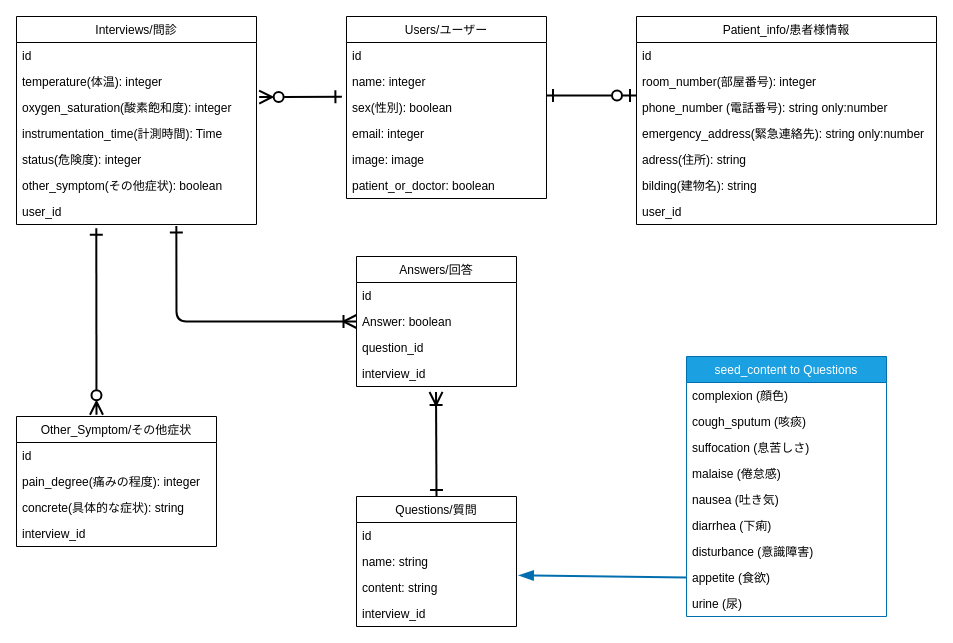
This is README参考資料/er図.drawio from wakametarou/COVID-MGR, a draw.io file, before an edit. Source tidied: cells renumbered, new cells numbered last; positions are measured from the earlier drawing's top-left corner, leaving out a move shared by most shapes. Both pictures are drawn from the tidied source at 100%, with x=0, y=0 at pixel (16, 16).
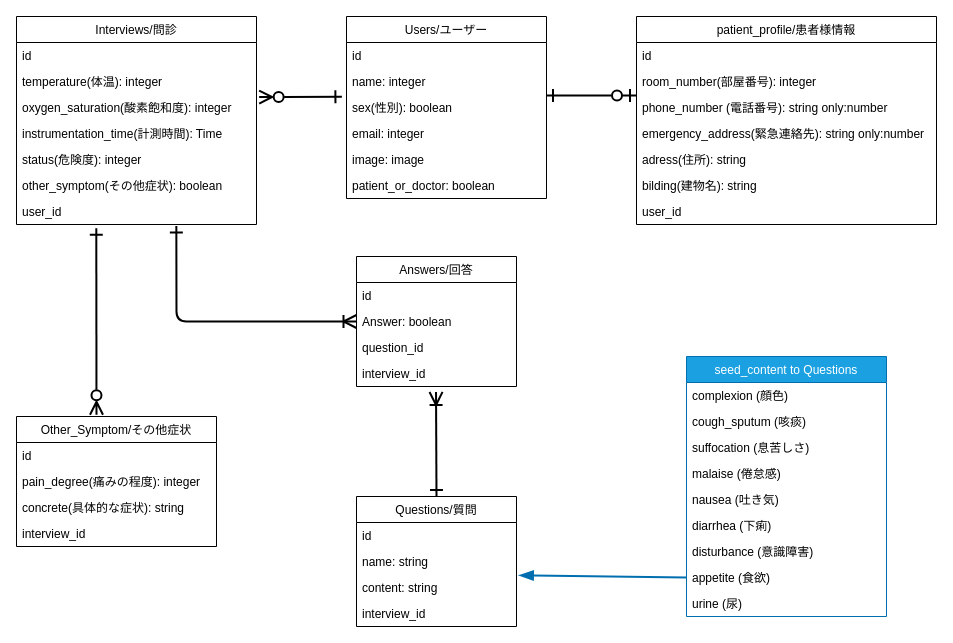
The same diagram, later.

Change to the diagram source:
```diff
@@
-    <mxCell id="18" value="Patient_info/患者様情報" style="swimlane;fontStyle=0;horizontal=1;startSize=26;" parent="1" vertex="1">
+    <mxCell id="18" value="patient_profile/患者様情報" style="swimlane;fontStyle=0;horizontal=1;startSize=26;" parent="1" vertex="1">
       <mxGeometry x="620" width="300" height="208" as="geometry" />
     </mxCell>
```
